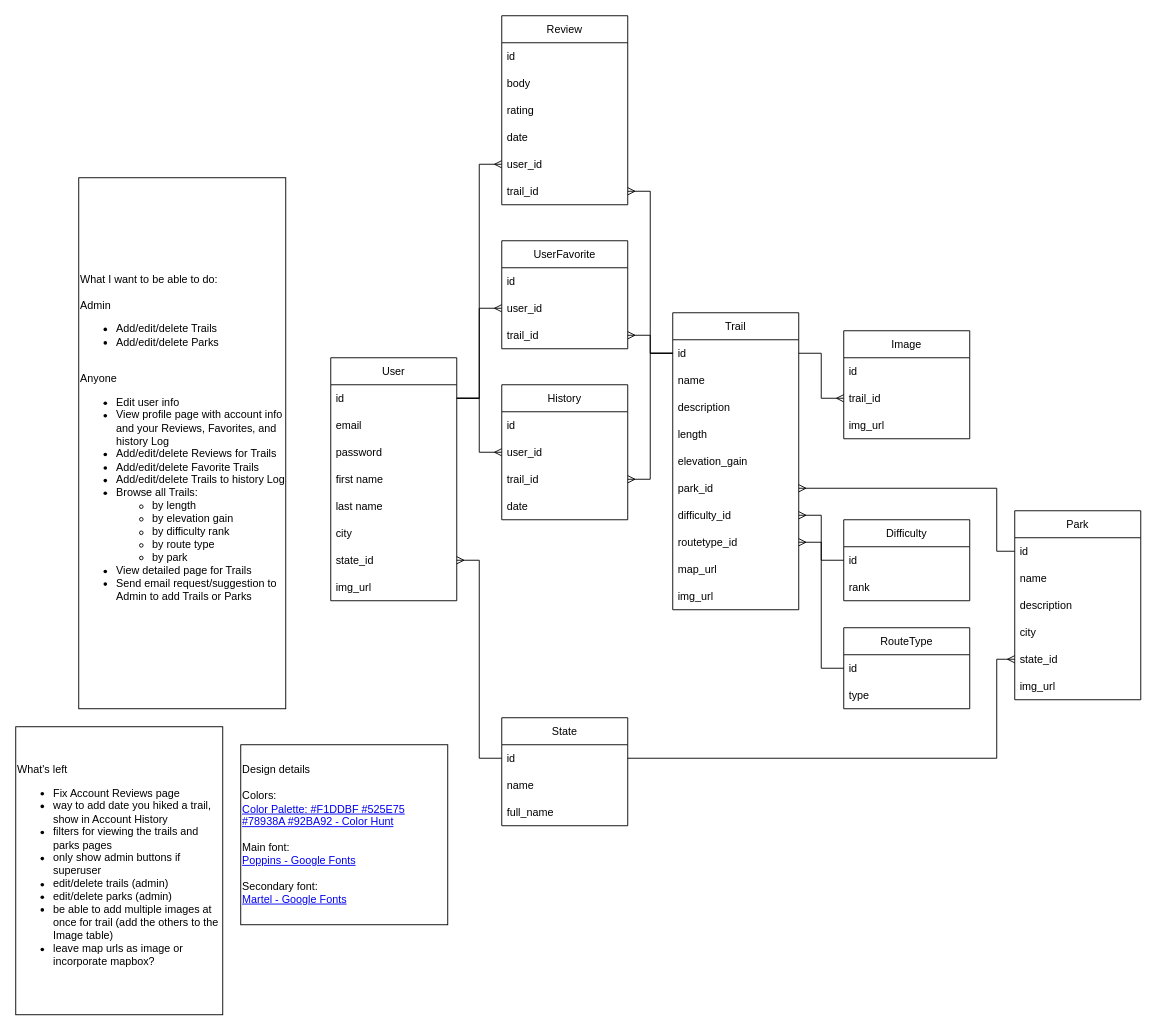
Above: planning/HikingVentures Brainstorming.drawio in gdbecker/HikingVentures (draw.io), before the change. Source tidied: cells renumbered, new cells numbered last; positions are measured from the earlier drawing's top-left corner, leaving out a move shared by most shapes. Both pictures are drawn from the tidied source at 90%, with x=0, y=0 at pixel (15, 15).
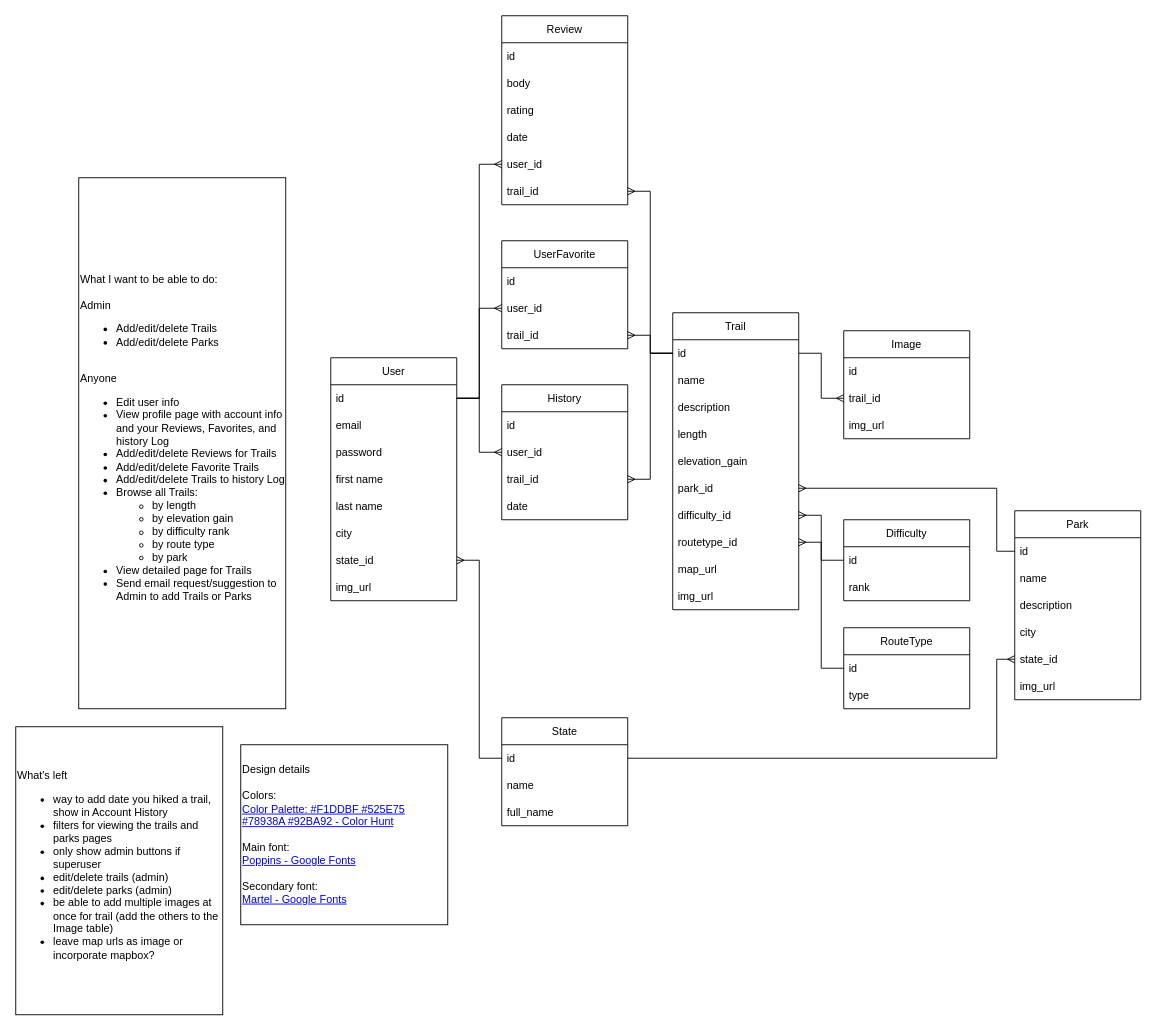
The same page after the edit.

The edit, as a diff of the source:
```diff
@@
-    <mxCell id="73" value="What's left&lt;br&gt;&lt;ul&gt;&lt;li&gt;Fix Account Reviews page&lt;/li&gt;&lt;li&gt;way to add date you hiked a trail, show in Account History&lt;/li&gt;&lt;li&gt;filters for viewing the trails and parks pages&lt;/li&gt;&lt;li&gt;only show admin buttons if superuser&lt;/li&gt;&lt;li&gt;edit/delete trails (admin)&lt;/li&gt;&lt;li&gt;edit/delete parks (admin)&lt;/li&gt;&lt;li&gt;be able to add multiple images at once for trail (add the others to the Image table)&lt;/li&gt;&lt;li&gt;leave map urls as image or incorporate mapbox?&lt;/li&gt;&lt;/ul&gt;" style="rounded=0;whiteSpace=wrap;html=1;align=left;" parent="1" vertex="1">
+    <mxCell id="73" value="What's left&lt;br&gt;&lt;ul&gt;&lt;li&gt;way to add date you hiked a trail, show in Account History&lt;/li&gt;&lt;li&gt;filters for viewing the trails and parks pages&lt;/li&gt;&lt;li&gt;only show admin buttons if superuser&lt;/li&gt;&lt;li&gt;edit/delete trails (admin)&lt;/li&gt;&lt;li&gt;edit/delete parks (admin)&lt;/li&gt;&lt;li&gt;be able to add multiple images at once for trail (add the others to the Image table)&lt;/li&gt;&lt;li&gt;leave map urls as image or incorporate mapbox?&lt;/li&gt;&lt;/ul&gt;" style="rounded=0;whiteSpace=wrap;html=1;align=left;" parent="1" vertex="1">
       <mxGeometry y="790" width="230" height="320" as="geometry" />
     </mxCell>
```
